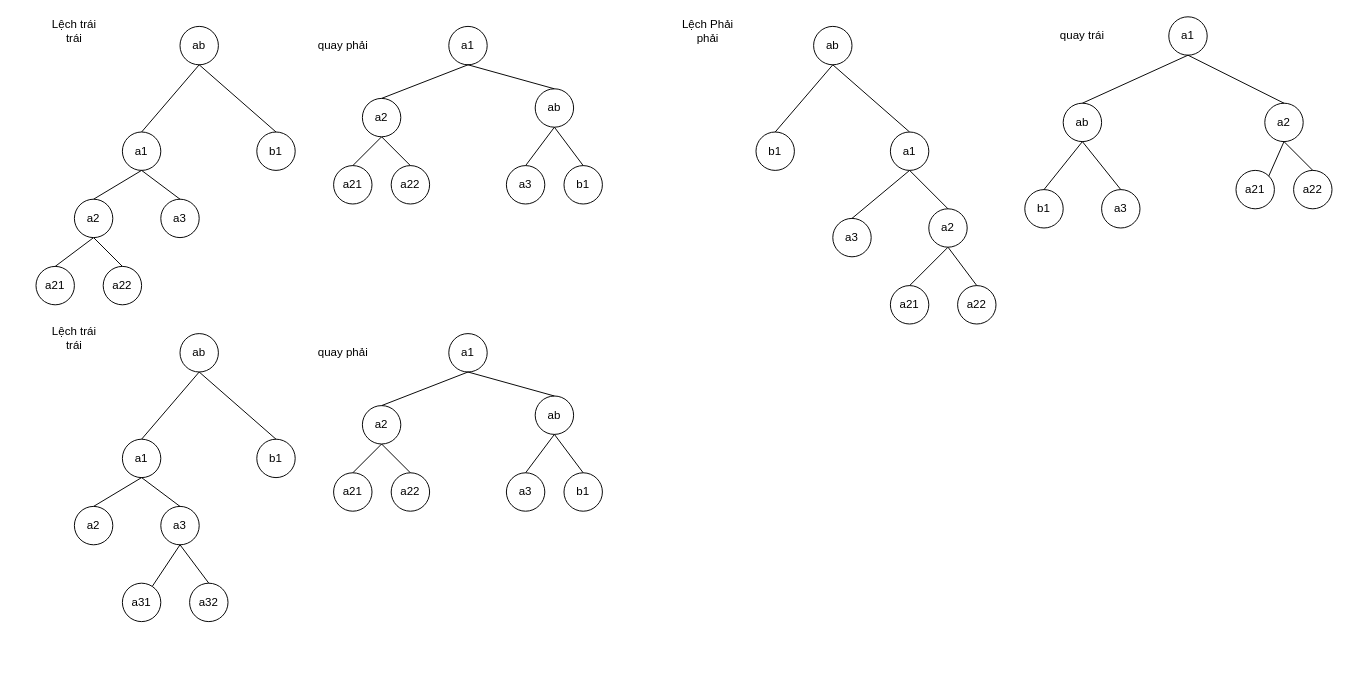
Earlier version of the draw.io diagram ctdl.drawio (hoThanhThien/ctdl-gt). Source tidied: cells renumbered, new cells numbered last; positions are measured from the earlier drawing's top-left corner, leaving out a move shared by most shapes. Both pictures are drawn from the tidied source at 96%, with x=0, y=0 at pixel (36, 16).
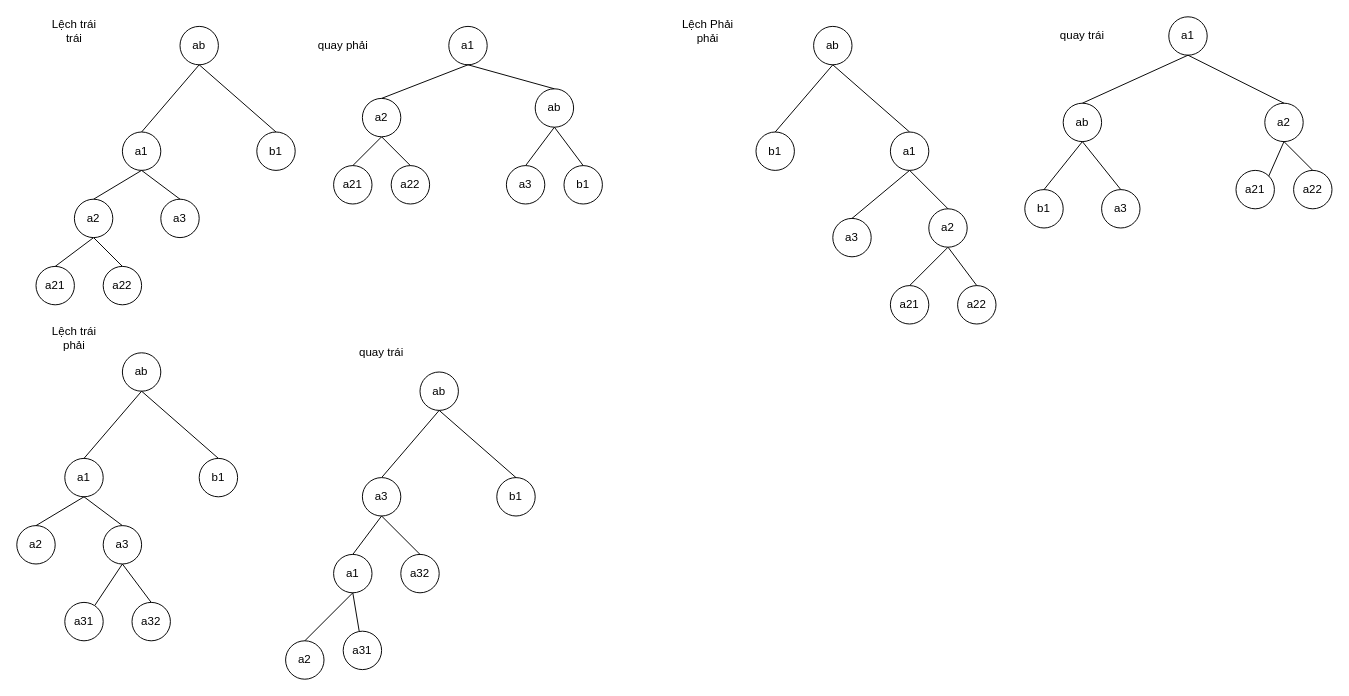
Above is the later version.

Commit message (it also covers changes not shown here):
Cập nhật ctdl.drawio

What changed in the source:
```diff
@@
     <mxCell id="58" value="ab" style="ellipse;whiteSpace=wrap;html=1;" parent="1" vertex="1">
-      <mxGeometry x="150" y="330" width="40" height="40" as="geometry" />
+      <mxGeometry x="90" y="350" width="40" height="40" as="geometry" />
     </mxCell>
     <mxCell id="59" value="a1" style="ellipse;whiteSpace=wrap;html=1;" parent="1" vertex="1">
-      <mxGeometry x="90" y="440" width="40" height="40" as="geometry" />
+      <mxGeometry x="30" y="460" width="40" height="40" as="geometry" />
     </mxCell>
     <mxCell id="60" value="b1" style="ellipse;whiteSpace=wrap;html=1;" parent="1" vertex="1">
-      <mxGeometry x="230" y="440" width="40" height="40" as="geometry" />
+      <mxGeometry x="170" y="460" width="40" height="40" as="geometry" />
     </mxCell>
@@
     <mxCell id="63" value="a3" style="ellipse;whiteSpace=wrap;html=1;" parent="1" vertex="1">
-      <mxGeometry x="130" y="510" width="40" height="40" as="geometry" />
+      <mxGeometry x="70" y="530" width="40" height="40" as="geometry" />
     </mxCell>
     <mxCell id="64" value="a32" style="ellipse;whiteSpace=wrap;html=1;" parent="1" vertex="1">
-      <mxGeometry x="160" y="590" width="40" height="40" as="geometry" />
+      <mxGeometry x="100" y="610" width="40" height="40" as="geometry" />
     </mxCell>
@@
     <mxCell id="68" value="a2" style="ellipse;whiteSpace=wrap;html=1;" parent="1" vertex="1">
-      <mxGeometry x="40" y="510" width="40" height="40" as="geometry" />
+      <mxGeometry x="-20" y="530" width="40" height="40" as="geometry" />
     </mxCell>
@@
-    <mxCell id="70" value="Lệch trái trái" style="text;html=1;align=center;verticalAlign=middle;whiteSpace=wrap;rounded=0;" parent="1" vertex="1">
+    <mxCell id="70" value="Lệch trái phải" style="text;html=1;align=center;verticalAlign=middle;whiteSpace=wrap;rounded=0;" parent="1" vertex="1">
       <mxGeometry x="10" y="320" width="60" height="30" as="geometry" />
     </mxCell>
+    <mxCell id="85" value="a31" style="ellipse;whiteSpace=wrap;html=1;" parent="1" vertex="1">
+      <mxGeometry x="30" y="610" width="40" height="40" as="geometry" />
+    </mxCell>
+    <mxCell id="86" value="quay trái" style="text;html=1;align=center;verticalAlign=middle;whiteSpace=wrap;rounded=0;" parent="1" vertex="1">
+      <mxGeometry x="330" y="335" width="60" height="30" as="geometry" />
+    </mxCell>
     <mxCell id="71" value="ab" style="ellipse;whiteSpace=wrap;html=1;" parent="1" vertex="1">
-      <mxGeometry x="520" y="395" width="40" height="40" as="geometry" />
+      <mxGeometry x="400" y="370" width="40" height="40" as="geometry" />
     </mxCell>
     <mxCell id="72" value="a1" style="ellipse;whiteSpace=wrap;html=1;" parent="1" vertex="1">
-      <mxGeometry x="430" y="330" width="40" height="40" as="geometry" />
+      <mxGeometry x="310" y="560" width="40" height="40" as="geometry" />
     </mxCell>
     <mxCell id="73" value="b1" style="ellipse;whiteSpace=wrap;html=1;" parent="1" vertex="1">
-      <mxGeometry x="550" y="475" width="40" height="40" as="geometry" />
+      <mxGeometry x="480" y="480" width="40" height="40" as="geometry" />
     </mxCell>
@@
-    <mxCell id="75" style="endArrow=none;html=1;rounded=0;exitX=0.5;exitY=0;exitDx=0;exitDy=0;entryX=0.5;entryY=1;entryDx=0;entryDy=0;" parent="1" edge="1" source="71" target="72">
-      <mxGeometry relative="1" as="geometry" />
-    </mxCell>
+    <mxCell id="81" style="endArrow=none;html=1;rounded=0;exitX=0.5;exitY=1;exitDx=0;exitDy=0;entryX=0.5;entryY=0;entryDx=0;entryDy=0;" parent="1" edge="1" source="71" target="76">
+      <mxGeometry relative="1" as="geometry" />
+    </mxCell>
     <mxCell id="76" value="a3" style="ellipse;whiteSpace=wrap;html=1;" parent="1" vertex="1">
-      <mxGeometry x="490" y="475" width="40" height="40" as="geometry" />
+      <mxGeometry x="340" y="480" width="40" height="40" as="geometry" />
     </mxCell>
-    <mxCell id="77" value="a21" style="ellipse;whiteSpace=wrap;html=1;" parent="1" vertex="1">
-      <mxGeometry x="310" y="475" width="40" height="40" as="geometry" />
-    </mxCell>
-    <mxCell id="78" value="a22" style="ellipse;whiteSpace=wrap;html=1;" parent="1" vertex="1">
-      <mxGeometry x="370" y="475" width="40" height="40" as="geometry" />
-    </mxCell>
-    <mxCell id="79" style="endArrow=none;html=1;rounded=0;entryX=0.5;entryY=0;entryDx=0;entryDy=0;exitX=0.5;exitY=1;exitDx=0;exitDy=0;" parent="1" edge="1" source="82" target="78">
-      <mxGeometry relative="1" as="geometry" />
-    </mxCell>
-    <mxCell id="80" style="endArrow=none;html=1;rounded=0;entryX=0.5;entryY=0;entryDx=0;entryDy=0;exitX=0.5;exitY=1;exitDx=0;exitDy=0;" parent="1" edge="1" source="82" target="77">
-      <mxGeometry relative="1" as="geometry" />
-    </mxCell>
-    <mxCell id="81" style="endArrow=none;html=1;rounded=0;exitX=0.5;exitY=1;exitDx=0;exitDy=0;entryX=0.5;entryY=0;entryDx=0;entryDy=0;" parent="1" edge="1" source="71" target="76">
-      <mxGeometry relative="1" as="geometry" />
-    </mxCell>
+    <mxCell id="87" value="a32" style="ellipse;whiteSpace=wrap;html=1;" parent="1" vertex="1">
+      <mxGeometry x="380" y="560" width="40" height="40" as="geometry" />
+    </mxCell>
+    <mxCell id="88" style="endArrow=none;html=1;rounded=0;entryX=0.5;entryY=0;entryDx=0;entryDy=0;exitX=0.5;exitY=1;exitDx=0;exitDy=0;" parent="1" edge="1" source="76" target="87">
+      <mxGeometry relative="1" as="geometry" />
+    </mxCell>
+    <mxCell id="89" style="endArrow=none;html=1;rounded=0;exitX=0.5;exitY=1;exitDx=0;exitDy=0;entryX=0.5;entryY=0;entryDx=0;entryDy=0;" parent="1" edge="1" source="76" target="72">
+      <mxGeometry relative="1" as="geometry" />
+    </mxCell>
+    <mxCell id="90" style="endArrow=none;html=1;rounded=0;exitX=0.5;exitY=1;exitDx=0;exitDy=0;" parent="1" edge="1" source="72" target="91">
+      <mxGeometry relative="1" as="geometry" />
+    </mxCell>
     <mxCell id="82" value="a2" style="ellipse;whiteSpace=wrap;html=1;" parent="1" vertex="1">
-      <mxGeometry x="340" y="405" width="40" height="40" as="geometry" />
+      <mxGeometry x="260" y="650" width="40" height="40" as="geometry" />
     </mxCell>
@@
-    <mxCell id="84" value="quay phải" style="text;html=1;align=center;verticalAlign=middle;whiteSpace=wrap;rounded=0;" parent="1" vertex="1">
-      <mxGeometry x="290" y="335" width="60" height="30" as="geometry" />
-    </mxCell>
-    <mxCell id="85" value="a31" style="ellipse;whiteSpace=wrap;html=1;" parent="1" vertex="1">
-      <mxGeometry x="90" y="590" width="40" height="40" as="geometry" />
-    </mxCell>
+    <mxCell id="91" value="a31" style="ellipse;whiteSpace=wrap;html=1;" parent="1" vertex="1">
+      <mxGeometry x="320" y="640" width="40" height="40" as="geometry" />
+    </mxCell>
```
